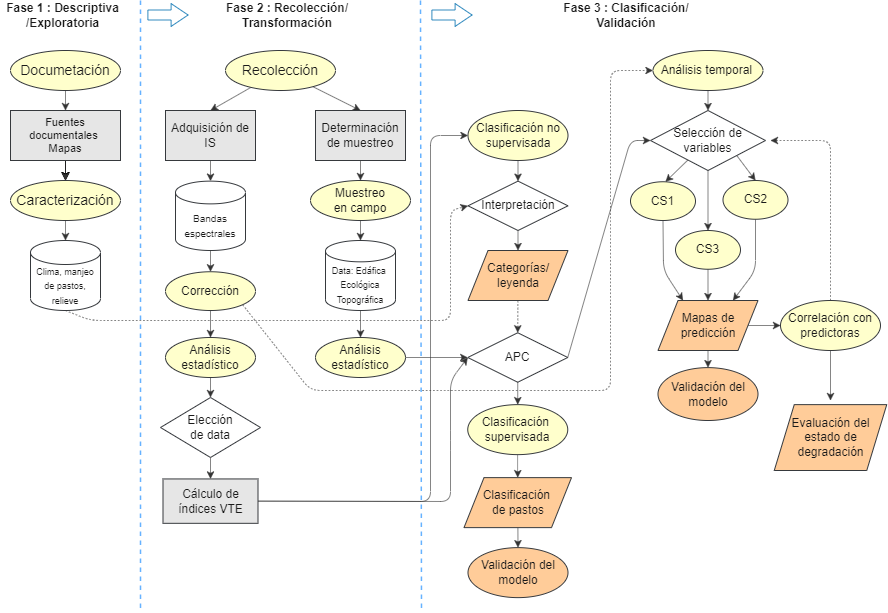
Earlier version of the draw.io export Flujo_corregido.drawio.png (labsaf/COS-HUARI). Source tidied: cells renumbered, new cells last; positions are measured from the earlier drawing's top-left corner, leaving out a move shared by most shapes.
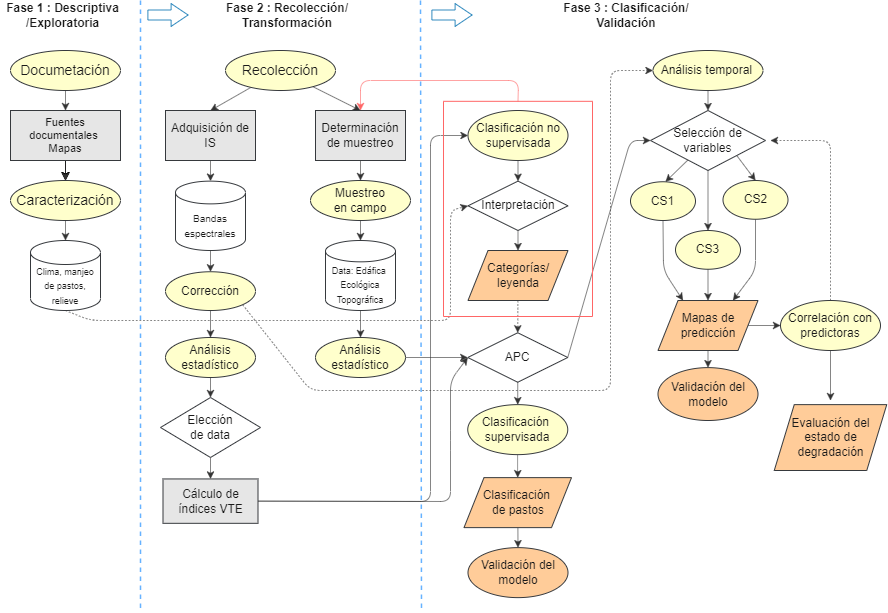
After the change.

Change to the diagram source:
```diff
@@ -294,5 +294,16 @@
         <mxPoint x="472" y="14.5" as="targetPoint" />
       </mxGeometry>
     </mxCell>
+    <mxCell id="78" style="edgeStyle=none;html=1;exitX=0.5;exitY=0;exitDx=0;exitDy=0;entryX=0.5;entryY=0;entryDx=0;entryDy=0;strokeColor=#FF6666;strokeWidth=0.6;fontSize=11;fillColor=none;" parent="1" edge="1" source="79" target="56">
+      <mxGeometry relative="1" as="geometry">
+        <Array as="points">
+          <mxPoint x="518" y="80" />
+          <mxPoint x="360" y="80" />
+        </Array>
+      </mxGeometry>
+    </mxCell>
+    <mxCell id="79" style="swimlane;startSize=0;fontSize=9;fillColor=default;strokeColor=#FF6666;fillStyle=hatch;" parent="1" vertex="1">
+      <mxGeometry x="443" y="100.8" width="149" height="215.2" as="geometry" />
+    </mxCell>
   </root>
 </mxGraphModel>
```
